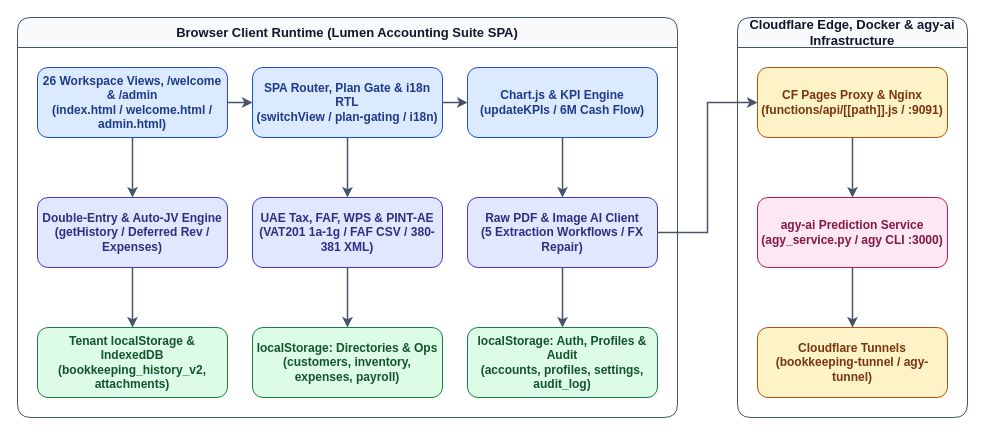
The draw.io diagram docs/diagrams/system-architecture.drawio in lumenconsultancyae/bookeeping_docs, before the edit. Source tidied: cells renumbered, new cells numbered last; positions are measured from the earlier drawing's top-left corner, leaving out a move shared by most shapes. Both pictures are drawn from the tidied source at 100%, with x=0, y=0 at pixel (17, 17).
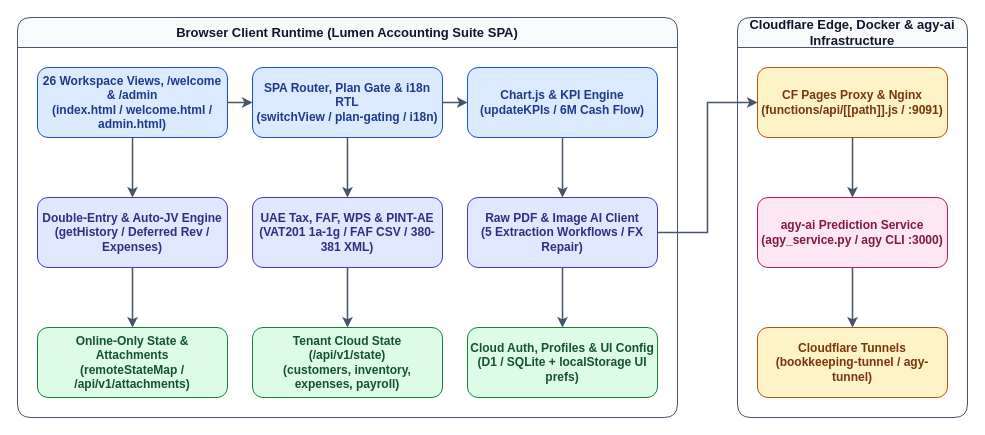
After the change.

The change refers to these unchanged cells:
```xml
<mxCell id="2" value="Browser Client Runtime (Lumen Accounting Suite SPA)" style="swimlane;whiteSpace=wrap;html=1;startSize=30;fillColor=#f8fafc;strokeColor=#475569;fontColor=#0f172a;fontStyle=1;fontSize=13;rounded=1;" parent="1" vertex="1">
  <mxGeometry width="660" height="400" as="geometry" />
</mxCell>
```

The edit, as a diff of the source:
```diff
@@
-    <mxCell id="9" value="Tenant localStorage &amp; IndexedDB&#10;(bookkeeping_history_v2, attachments)" style="rounded=1;whiteSpace=wrap;html=1;fillColor=#dcfce7;strokeColor=#15803d;fontColor=#14532d;fontSize=12;fontStyle=1;" parent="2" vertex="1">
+    <mxCell id="9" value="Online-Only State &amp; Attachments&#10;(remoteStateMap / /api/v1/attachments)" style="rounded=1;whiteSpace=wrap;html=1;fillColor=#dcfce7;strokeColor=#15803d;fontColor=#14532d;fontSize=12;fontStyle=1;" parent="2" vertex="1">
       <mxGeometry x="20" y="310" width="190" height="70" as="geometry" />
     </mxCell>
-    <mxCell id="10" value="localStorage: Directories &amp; Ops&#10;(customers, inventory, expenses, payroll)" style="rounded=1;whiteSpace=wrap;html=1;fillColor=#dcfce7;strokeColor=#15803d;fontColor=#14532d;fontSize=12;fontStyle=1;" parent="2" vertex="1">
+    <mxCell id="10" value="Tenant Cloud State (/api/v1/state)&#10;(customers, inventory, expenses, payroll)" style="rounded=1;whiteSpace=wrap;html=1;fillColor=#dcfce7;strokeColor=#15803d;fontColor=#14532d;fontSize=12;fontStyle=1;" parent="2" vertex="1">
       <mxGeometry x="235" y="310" width="190" height="70" as="geometry" />
     </mxCell>
-    <mxCell id="11" value="localStorage: Auth, Profiles &amp; Audit&#10;(accounts, profiles, settings, audit_log)" style="rounded=1;whiteSpace=wrap;html=1;fillColor=#dcfce7;strokeColor=#15803d;fontColor=#14532d;fontSize=12;fontStyle=1;" parent="2" vertex="1">
+    <mxCell id="11" value="Cloud Auth, Profiles &amp; UI Config&#10;(D1 / SQLite + localStorage UI prefs)" style="rounded=1;whiteSpace=wrap;html=1;fillColor=#dcfce7;strokeColor=#15803d;fontColor=#14532d;fontSize=12;fontStyle=1;" parent="2" vertex="1">
       <mxGeometry x="450" y="310" width="190" height="70" as="geometry" />
     </mxCell>
```
